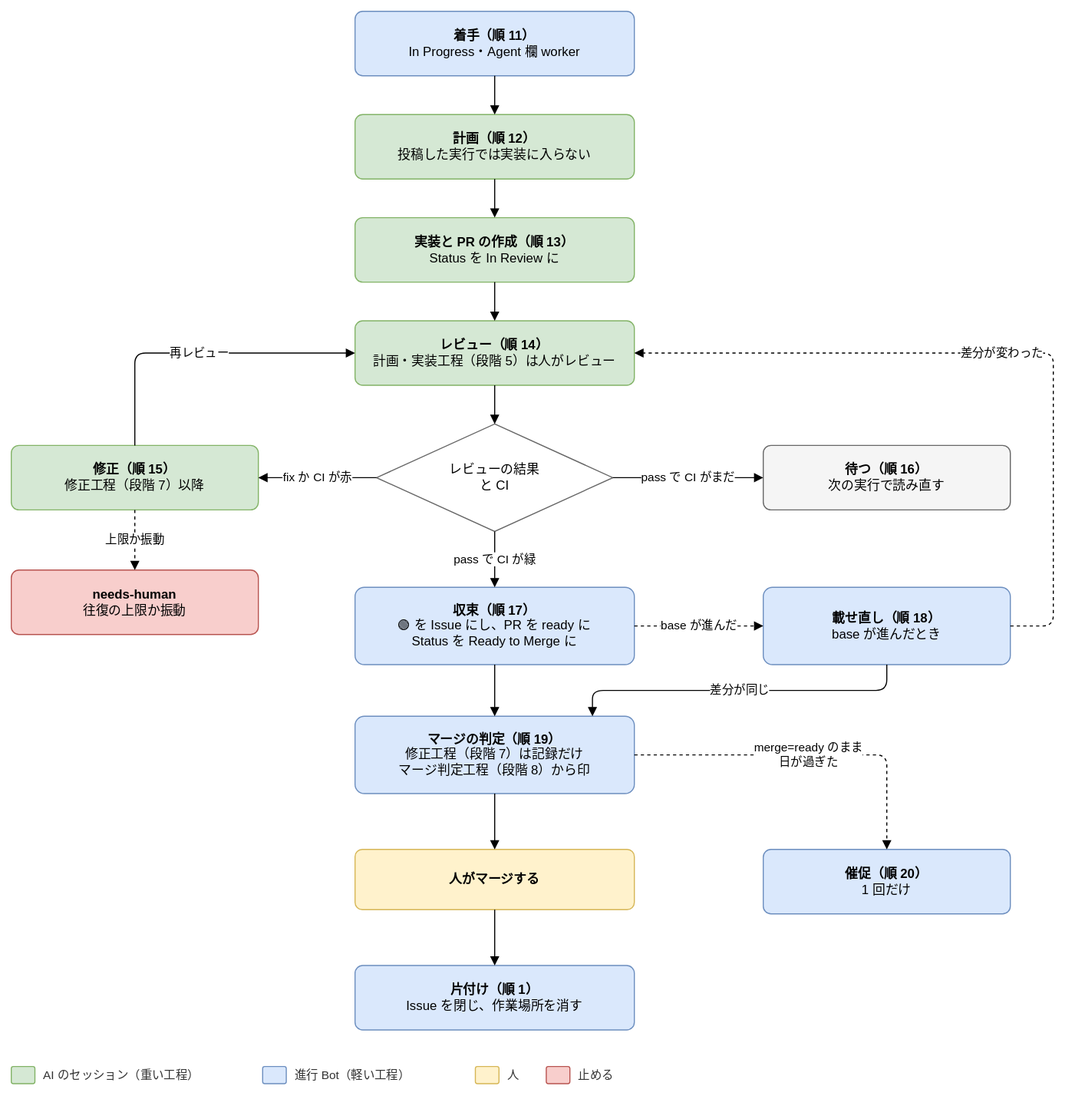
Before: docs/design/basic/diagrams/02-next-step-in-progress.drawio.svg, a diagram exported from draw.io (Joymerrevent/dev-autopilot). Source tidied: cells renumbered, new cells last; positions are measured from the earlier drawing's top-left corner, leaving out a move shared by most shapes. Its diagram source:
```xml
<mxGraphModel background="#ffffff">
  <root>
    <mxCell id="0" />
    <mxCell id="1" parent="0" />
    <mxCell id="2" value="&lt;b&gt;着手（順 11）&lt;/b&gt;&lt;br&gt;In Progress・Agent 欄 worker" style="rounded=1;whiteSpace=wrap;html=1;fontSize=12;arcSize=12;spacing=12;fillColor=#dae8fc;strokeColor=#6c8ebf;" parent="1" vertex="1">
      <mxGeometry x="320" width="260" height="60" as="geometry" />
    </mxCell>
    <mxCell id="3" value="&lt;b&gt;計画（順 12）&lt;/b&gt;&lt;br&gt;投稿した実行では実装に入らない" style="rounded=1;whiteSpace=wrap;html=1;fontSize=12;arcSize=12;spacing=12;fillColor=#d5e8d4;strokeColor=#82b366;" parent="1" vertex="1">
      <mxGeometry x="320" y="96" width="260" height="60" as="geometry" />
    </mxCell>
    <mxCell id="4" value="&lt;b&gt;実装と PR の作成（順 13）&lt;/b&gt;&lt;br&gt;Status を In Review に" style="rounded=1;whiteSpace=wrap;html=1;fontSize=12;arcSize=12;spacing=12;fillColor=#d5e8d4;strokeColor=#82b366;" parent="1" vertex="1">
      <mxGeometry x="320" y="192" width="260" height="60" as="geometry" />
    </mxCell>
    <mxCell id="5" value="&lt;b&gt;レビュー（順 14）&lt;/b&gt;&lt;br&gt;計画・実装工程（段階 5）は人がレビュー" style="rounded=1;whiteSpace=wrap;html=1;fontSize=12;arcSize=12;spacing=12;fillColor=#d5e8d4;strokeColor=#82b366;" parent="1" vertex="1">
      <mxGeometry x="320" y="288" width="260" height="60" as="geometry" />
    </mxCell>
    <mxCell id="6" value="レビューの結果&lt;br&gt;と CI" style="rhombus;whiteSpace=wrap;html=1;fontSize=12;spacing=12;fillColor=#ffffff;strokeColor=#666666;" parent="1" vertex="1">
      <mxGeometry x="340" y="384" width="220" height="100" as="geometry" />
    </mxCell>
    <mxCell id="7" value="&lt;b&gt;修正（順 15）&lt;/b&gt;&lt;br&gt;修正工程（段階 7）以降" style="rounded=1;whiteSpace=wrap;html=1;fontSize=12;arcSize=12;spacing=12;fillColor=#d5e8d4;strokeColor=#82b366;" parent="1" vertex="1">
      <mxGeometry y="404" width="230" height="60" as="geometry" />
    </mxCell>
    <mxCell id="8" value="&lt;b&gt;needs-human&lt;/b&gt;&lt;br&gt;往復の上限か振動" style="rounded=1;whiteSpace=wrap;html=1;fontSize=12;arcSize=12;spacing=12;fillColor=#f8cecc;strokeColor=#b85450;" parent="1" vertex="1">
      <mxGeometry y="520" width="230" height="60" as="geometry" />
    </mxCell>
    <mxCell id="9" value="&lt;b&gt;待つ（順 16）&lt;/b&gt;&lt;br&gt;次の実行で読み直す" style="rounded=1;whiteSpace=wrap;html=1;fontSize=12;arcSize=12;spacing=12;fillColor=#f5f5f5;strokeColor=#666666;" parent="1" vertex="1">
      <mxGeometry x="700" y="404" width="230" height="60" as="geometry" />
    </mxCell>
    <mxCell id="10" value="&lt;b&gt;収束（順 17）&lt;/b&gt;&lt;br&gt;🟢 を Issue にし、PR を ready に&lt;br&gt;Status を Ready to Merge に" style="rounded=1;whiteSpace=wrap;html=1;fontSize=12;arcSize=12;spacing=12;fillColor=#dae8fc;strokeColor=#6c8ebf;" parent="1" vertex="1">
      <mxGeometry x="320" y="536" width="260" height="72" as="geometry" />
    </mxCell>
    <mxCell id="11" value="&lt;b&gt;載せ直し（順 18）&lt;/b&gt;&lt;br&gt;base が進んだとき" style="rounded=1;whiteSpace=wrap;html=1;fontSize=12;arcSize=12;spacing=12;fillColor=#dae8fc;strokeColor=#6c8ebf;" parent="1" vertex="1">
      <mxGeometry x="700" y="536" width="230" height="72" as="geometry" />
    </mxCell>
    <mxCell id="12" value="&lt;b&gt;マージの判定（順 19）&lt;/b&gt;&lt;br&gt;修正工程（段階 7）は記録だけ&lt;br&gt;マージ判定工程（段階 8）から印" style="rounded=1;whiteSpace=wrap;html=1;fontSize=12;arcSize=12;spacing=12;fillColor=#dae8fc;strokeColor=#6c8ebf;" parent="1" vertex="1">
      <mxGeometry x="320" y="656" width="260" height="72" as="geometry" />
    </mxCell>
    <mxCell id="13" value="&lt;b&gt;人がマージする&lt;/b&gt;" style="rounded=1;whiteSpace=wrap;html=1;fontSize=12;arcSize=12;spacing=12;fillColor=#fff2cc;strokeColor=#d6b656;" parent="1" vertex="1">
      <mxGeometry x="320" y="780" width="260" height="56" as="geometry" />
    </mxCell>
    <mxCell id="14" value="&lt;b&gt;催促（順 20）&lt;/b&gt;&lt;br&gt;1 回だけ" style="rounded=1;whiteSpace=wrap;html=1;fontSize=12;arcSize=12;spacing=12;fillColor=#dae8fc;strokeColor=#6c8ebf;" parent="1" vertex="1">
      <mxGeometry x="700" y="780" width="230" height="60" as="geometry" />
    </mxCell>
    <mxCell id="15" value="&lt;b&gt;片付け（順 1）&lt;/b&gt;&lt;br&gt;Issue を閉じ、作業場所を消す" style="rounded=1;whiteSpace=wrap;html=1;fontSize=12;arcSize=12;spacing=12;fillColor=#dae8fc;strokeColor=#6c8ebf;" parent="1" vertex="1">
      <mxGeometry x="320" y="888" width="260" height="60" as="geometry" />
    </mxCell>
    <mxCell id="16" style="edgeStyle=orthogonalEdgeStyle;rounded=1;html=1;endArrow=block;endFill=1;fontSize=11;labelBackgroundColor=#ffffff;exitX=0.5;exitY=1;exitDx=0;exitDy=0;entryX=0.5;entryY=0;entryDx=0;entryDy=0;" parent="1" edge="1" source="2" target="3">
      <mxGeometry relative="1" as="geometry" />
    </mxCell>
    <mxCell id="17" style="edgeStyle=orthogonalEdgeStyle;rounded=1;html=1;endArrow=block;endFill=1;fontSize=11;labelBackgroundColor=#ffffff;exitX=0.5;exitY=1;exitDx=0;exitDy=0;entryX=0.5;entryY=0;entryDx=0;entryDy=0;" parent="1" edge="1" source="3" target="4">
      <mxGeometry relative="1" as="geometry" />
    </mxCell>
    <mxCell id="18" style="edgeStyle=orthogonalEdgeStyle;rounded=1;html=1;endArrow=block;endFill=1;fontSize=11;labelBackgroundColor=#ffffff;exitX=0.5;exitY=1;exitDx=0;exitDy=0;entryX=0.5;entryY=0;entryDx=0;entryDy=0;" parent="1" edge="1" source="4" target="5">
      <mxGeometry relative="1" as="geometry" />
    </mxCell>
    <mxCell id="19" style="edgeStyle=orthogonalEdgeStyle;rounded=1;html=1;endArrow=block;endFill=1;fontSize=11;labelBackgroundColor=#ffffff;exitX=0.5;exitY=1;exitDx=0;exitDy=0;entryX=0.5;entryY=0;entryDx=0;entryDy=0;" parent="1" edge="1" source="5" target="6">
      <mxGeometry relative="1" as="geometry" />
    </mxCell>
    <mxCell id="20" value="fix か CI が赤" style="edgeStyle=orthogonalEdgeStyle;rounded=1;html=1;endArrow=block;endFill=1;fontSize=11;labelBackgroundColor=#ffffff;exitX=0;exitY=0.5;exitDx=0;exitDy=0;entryX=1;entryY=0.5;entryDx=0;entryDy=0;" parent="1" edge="1" source="6" target="7">
      <mxGeometry relative="1" as="geometry" />
    </mxCell>
    <mxCell id="21" value="再レビュー" style="edgeStyle=orthogonalEdgeStyle;rounded=1;html=1;endArrow=block;endFill=1;fontSize=11;labelBackgroundColor=#ffffff;exitX=0.5;exitY=0;exitDx=0;exitDy=0;entryX=0;entryY=0.5;entryDx=0;entryDy=0;" parent="1" edge="1" source="7" target="5">
      <mxGeometry relative="1" as="geometry" />
    </mxCell>
    <mxCell id="22" value="上限か振動" style="edgeStyle=orthogonalEdgeStyle;rounded=1;html=1;endArrow=block;endFill=1;fontSize=11;labelBackgroundColor=#ffffff;dashed=1;exitX=0.5;exitY=1;exitDx=0;exitDy=0;entryX=0.5;entryY=0;entryDx=0;entryDy=0;" parent="1" edge="1" source="7" target="8">
      <mxGeometry relative="1" as="geometry" />
    </mxCell>
    <mxCell id="23" value="pass で CI がまだ" style="edgeStyle=orthogonalEdgeStyle;rounded=1;html=1;endArrow=block;endFill=1;fontSize=11;labelBackgroundColor=#ffffff;exitX=1;exitY=0.5;exitDx=0;exitDy=0;entryX=0;entryY=0.5;entryDx=0;entryDy=0;" parent="1" edge="1" source="6" target="9">
      <mxGeometry relative="1" as="geometry" />
    </mxCell>
    <mxCell id="24" value="pass で CI が緑" style="edgeStyle=orthogonalEdgeStyle;rounded=1;html=1;endArrow=block;endFill=1;fontSize=11;labelBackgroundColor=#ffffff;exitX=0.5;exitY=1;exitDx=0;exitDy=0;entryX=0.5;entryY=0;entryDx=0;entryDy=0;" parent="1" edge="1" source="6" target="10">
      <mxGeometry relative="1" as="geometry" />
    </mxCell>
    <mxCell id="25" style="edgeStyle=orthogonalEdgeStyle;rounded=1;html=1;endArrow=block;endFill=1;fontSize=11;labelBackgroundColor=#ffffff;exitX=0.5;exitY=1;exitDx=0;exitDy=0;entryX=0.5;entryY=0;entryDx=0;entryDy=0;" parent="1" edge="1" source="10" target="12">
      <mxGeometry relative="1" as="geometry" />
    </mxCell>
    <mxCell id="26" value="base が進んだ" style="edgeStyle=orthogonalEdgeStyle;rounded=1;html=1;endArrow=block;endFill=1;fontSize=11;labelBackgroundColor=#ffffff;dashed=1;exitX=1;exitY=0.5;exitDx=0;exitDy=0;entryX=0;entryY=0.5;entryDx=0;entryDy=0;" parent="1" edge="1" source="10" target="11">
      <mxGeometry relative="1" as="geometry" />
    </mxCell>
    <mxCell id="27" value="差分が同じ" style="edgeStyle=orthogonalEdgeStyle;rounded=1;html=1;endArrow=block;endFill=1;fontSize=11;labelBackgroundColor=#ffffff;exitX=0.5;exitY=1;exitDx=0;exitDy=0;entryX=0.85;entryY=0;entryDx=0;entryDy=0;" parent="1" edge="1" source="11" target="12">
      <mxGeometry relative="1" as="geometry" />
    </mxCell>
    <mxCell id="28" value="差分が変わった" style="edgeStyle=orthogonalEdgeStyle;rounded=1;html=1;endArrow=block;endFill=1;fontSize=11;labelBackgroundColor=#ffffff;dashed=1;exitX=1;exitY=0.5;exitDx=0;exitDy=0;entryX=1;entryY=0.5;entryDx=0;entryDy=0;" parent="1" edge="1" source="11" target="5">
      <mxGeometry relative="1" as="geometry">
        <Array as="points">
          <mxPoint x="970" y="572" />
          <mxPoint x="970" y="318" />
        </Array>
      </mxGeometry>
    </mxCell>
    <mxCell id="29" style="edgeStyle=orthogonalEdgeStyle;rounded=1;html=1;endArrow=block;endFill=1;fontSize=11;labelBackgroundColor=#ffffff;exitX=0.5;exitY=1;exitDx=0;exitDy=0;entryX=0.5;entryY=0;entryDx=0;entryDy=0;" parent="1" edge="1" source="12" target="13">
      <mxGeometry relative="1" as="geometry" />
    </mxCell>
    <mxCell id="30" value="merge=ready のまま&lt;br&gt;日が過ぎた" style="edgeStyle=orthogonalEdgeStyle;rounded=1;html=1;endArrow=block;endFill=1;fontSize=11;labelBackgroundColor=#ffffff;dashed=1;exitX=1;exitY=0.5;exitDx=0;exitDy=0;entryX=0.5;entryY=0;entryDx=0;entryDy=0;" parent="1" edge="1" source="12" target="14">
      <mxGeometry relative="1" as="geometry" />
    </mxCell>
    <mxCell id="31" style="edgeStyle=orthogonalEdgeStyle;rounded=1;html=1;endArrow=block;endFill=1;fontSize=11;labelBackgroundColor=#ffffff;exitX=0.5;exitY=1;exitDx=0;exitDy=0;entryX=0.5;entryY=0;entryDx=0;entryDy=0;" parent="1" edge="1" source="13" target="15">
      <mxGeometry relative="1" as="geometry" />
    </mxCell>
    <mxCell id="32" style="rounded=1;whiteSpace=wrap;html=1;fontSize=12;arcSize=12;spacing=12;fillColor=#d5e8d4;strokeColor=#82b366;" parent="1" vertex="1">
      <mxGeometry y="982" width="22" height="16" as="geometry" />
    </mxCell>
    <mxCell id="33" value="AI のセッション（重い工程）" style="text;html=1;align=left;verticalAlign=middle;fontSize=11;fontColor=#333333;" parent="1" vertex="1">
      <mxGeometry x="28" y="980" width="190" height="20" as="geometry" />
    </mxCell>
    <mxCell id="34" style="rounded=1;whiteSpace=wrap;html=1;fontSize=12;arcSize=12;spacing=12;fillColor=#dae8fc;strokeColor=#6c8ebf;" parent="1" vertex="1">
      <mxGeometry x="234" y="982" width="22" height="16" as="geometry" />
    </mxCell>
    <mxCell id="35" value="進行 Bot（軽い工程）" style="text;html=1;align=left;verticalAlign=middle;fontSize=11;fontColor=#333333;" parent="1" vertex="1">
      <mxGeometry x="262" y="980" width="154" height="20" as="geometry" />
    </mxCell>
    <mxCell id="36" style="rounded=1;whiteSpace=wrap;html=1;fontSize=12;arcSize=12;spacing=12;fillColor=#fff2cc;strokeColor=#d6b656;" parent="1" vertex="1">
      <mxGeometry x="432" y="982" width="22" height="16" as="geometry" />
    </mxCell>
    <mxCell id="37" value="人" style="text;html=1;align=left;verticalAlign=middle;fontSize=11;fontColor=#333333;" parent="1" vertex="1">
      <mxGeometry x="460" y="980" width="22" height="20" as="geometry" />
    </mxCell>
    <mxCell id="38" style="rounded=1;whiteSpace=wrap;html=1;fontSize=12;arcSize=12;spacing=12;fillColor=#f8cecc;strokeColor=#b85450;" parent="1" vertex="1">
      <mxGeometry x="498" y="982" width="22" height="16" as="geometry" />
    </mxCell>
    <mxCell id="39" value="止める" style="text;html=1;align=left;verticalAlign=middle;fontSize=11;fontColor=#333333;" parent="1" vertex="1">
      <mxGeometry x="526" y="980" width="46" height="20" as="geometry" />
    </mxCell>
  </root>
</mxGraphModel>
```
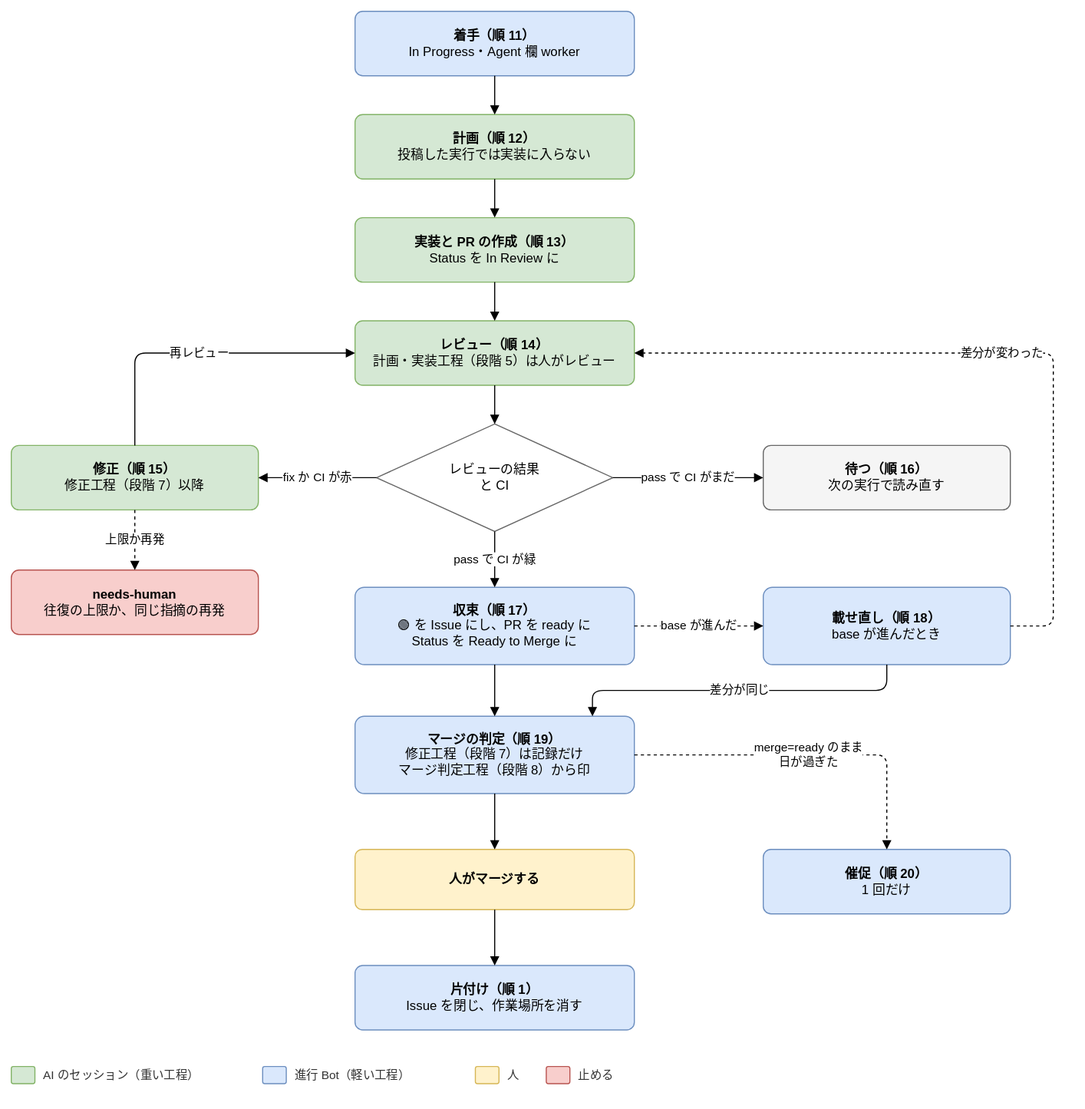
Later version of the same file.

Commit message:
docs: 基本設計の「振動」を「同じ指摘の再発」に言い換える

要件の言い換えに合わせて、設定の表（limits.roundTrips の根拠）と、状態遷移と判定の
次の工程の表（順 15）と、作業中の図の needs-human の箱と線の文字を直す。

Claude-Session: https://claude.ai/code/session_01D2kLkcEcZNwH8m2GL2g2Lt

The edit, as a diff of the source:
```diff
@@ -20,7 +20,7 @@
     <mxCell id="7" value="&lt;b&gt;修正（順 15）&lt;/b&gt;&lt;br&gt;修正工程（段階 7）以降" style="rounded=1;whiteSpace=wrap;html=1;fontSize=12;arcSize=12;spacing=12;fillColor=#d5e8d4;strokeColor=#82b366;" parent="1" vertex="1">
       <mxGeometry y="404" width="230" height="60" as="geometry" />
     </mxCell>
-    <mxCell id="8" value="&lt;b&gt;needs-human&lt;/b&gt;&lt;br&gt;往復の上限か振動" style="rounded=1;whiteSpace=wrap;html=1;fontSize=12;arcSize=12;spacing=12;fillColor=#f8cecc;strokeColor=#b85450;" parent="1" vertex="1">
+    <mxCell id="8" value="&lt;b&gt;needs-human&lt;/b&gt;&lt;br&gt;往復の上限か、同じ指摘の再発" style="rounded=1;whiteSpace=wrap;html=1;fontSize=12;arcSize=12;spacing=12;fillColor=#f8cecc;strokeColor=#b85450;" parent="1" vertex="1">
       <mxGeometry y="520" width="230" height="60" as="geometry" />
     </mxCell>
     <mxCell id="9" value="&lt;b&gt;待つ（順 16）&lt;/b&gt;&lt;br&gt;次の実行で読み直す" style="rounded=1;whiteSpace=wrap;html=1;fontSize=12;arcSize=12;spacing=12;fillColor=#f5f5f5;strokeColor=#666666;" parent="1" vertex="1">
@@ -62,7 +62,7 @@
     <mxCell id="21" value="再レビュー" style="edgeStyle=orthogonalEdgeStyle;rounded=1;html=1;endArrow=block;endFill=1;fontSize=11;labelBackgroundColor=#ffffff;exitX=0.5;exitY=0;exitDx=0;exitDy=0;entryX=0;entryY=0.5;entryDx=0;entryDy=0;" parent="1" edge="1" source="7" target="5">
       <mxGeometry relative="1" as="geometry" />
     </mxCell>
-    <mxCell id="22" value="上限か振動" style="edgeStyle=orthogonalEdgeStyle;rounded=1;html=1;endArrow=block;endFill=1;fontSize=11;labelBackgroundColor=#ffffff;dashed=1;exitX=0.5;exitY=1;exitDx=0;exitDy=0;entryX=0.5;entryY=0;entryDx=0;entryDy=0;" parent="1" edge="1" source="7" target="8">
+    <mxCell id="22" value="上限か再発" style="edgeStyle=orthogonalEdgeStyle;rounded=1;html=1;endArrow=block;endFill=1;fontSize=11;labelBackgroundColor=#ffffff;dashed=1;exitX=0.5;exitY=1;exitDx=0;exitDy=0;entryX=0.5;entryY=0;entryDx=0;entryDy=0;" parent="1" edge="1" source="7" target="8">
       <mxGeometry relative="1" as="geometry" />
     </mxCell>
     <mxCell id="23" value="pass で CI がまだ" style="edgeStyle=orthogonalEdgeStyle;rounded=1;html=1;endArrow=block;endFill=1;fontSize=11;labelBackgroundColor=#ffffff;exitX=1;exitY=0.5;exitDx=0;exitDy=0;entryX=0;entryY=0.5;entryDx=0;entryDy=0;" parent="1" edge="1" source="6" target="9">
```
